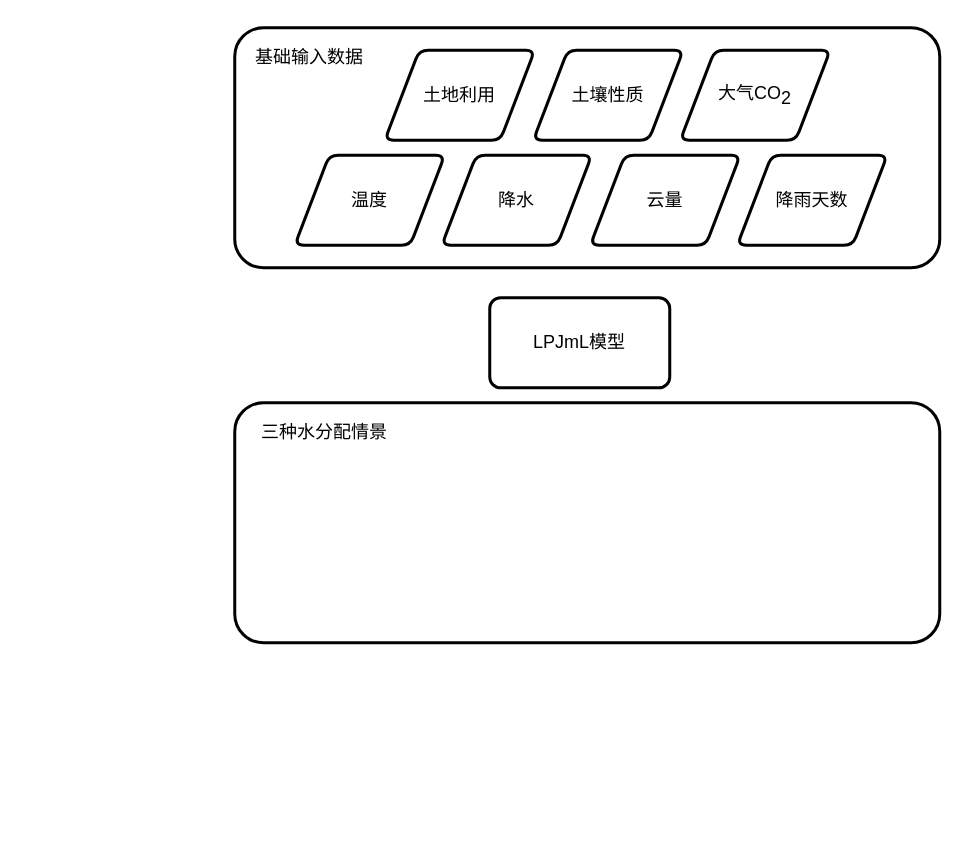
Above: 黄河可持续技术路线.drawio in THRILLERLEMON/Draw.IO (draw.io), before the change. Source tidied: cells renumbered, new cells numbered last; positions are measured from the earlier drawing's top-left corner, leaving out a move shared by most shapes. Both pictures are drawn from the tidied source at 150%, with x=0, y=0 at pixel (234, 27).
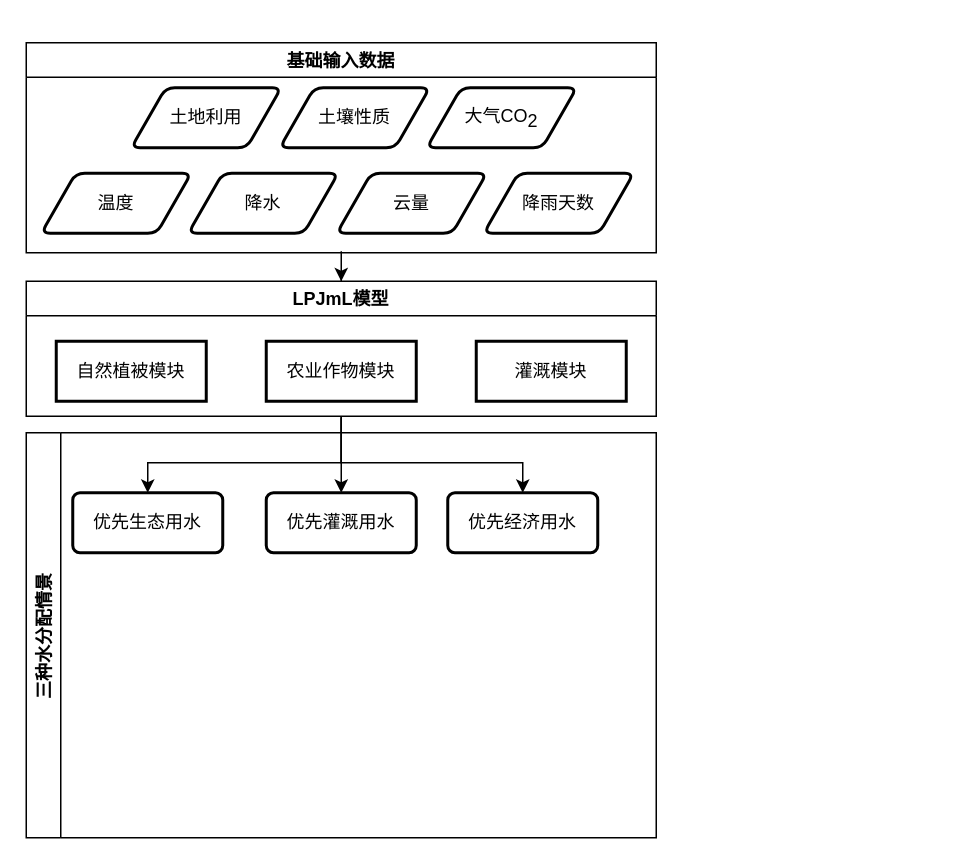
The same diagram, later.

Commit message (it also covers changes not shown here):
更新黄河可持续技术路线.drawio

What changed in the source:
```diff
@@
-    <mxCell id="2" style="rounded=1;whiteSpace=wrap;html=1;strokeWidth=2;arcSize=12;" parent="1" vertex="1">
-      <mxGeometry width="470" height="160" as="geometry" />
-    </mxCell>
+    <mxCell id="14" style="edgeStyle=orthogonalEdgeStyle;rounded=0;jettySize=auto;html=1;entryX=0.5;entryY=0;entryDx=0;entryDy=0;" parent="1" edge="1" source="10" target="11">
+      <mxGeometry relative="1" as="geometry" />
+    </mxCell>
+    <mxCell id="10" value="基础输入数据" style="swimlane;" parent="1" vertex="1">
+      <mxGeometry x="-139" y="10" width="420" height="140" as="geometry" />
+    </mxCell>
-    <mxCell id="3" value="温度" style="shape=parallelogram;html=1;strokeWidth=2;perimeter=parallelogramPerimeter;whiteSpace=wrap;rounded=1;arcSize=12;size=0.23;" parent="1" vertex="1">
-      <mxGeometry x="40" y="85" width="100" height="60" as="geometry" />
+    <mxCell id="3" value="温度" style="shape=parallelogram;html=1;strokeWidth=2;perimeter=parallelogramPerimeter;whiteSpace=wrap;rounded=1;arcSize=12;size=0.23;" parent="10" vertex="1">
+      <mxGeometry x="10" y="87" width="100" height="40" as="geometry" />
     </mxCell>
-    <mxCell id="4" value="降水" style="shape=parallelogram;html=1;strokeWidth=2;perimeter=parallelogramPerimeter;whiteSpace=wrap;rounded=1;arcSize=12;size=0.23;" parent="1" vertex="1">
-      <mxGeometry x="138" y="85" width="100" height="60" as="geometry" />
+    <mxCell id="4" value="降水" style="shape=parallelogram;html=1;strokeWidth=2;perimeter=parallelogramPerimeter;whiteSpace=wrap;rounded=1;arcSize=12;size=0.23;" parent="10" vertex="1">
+      <mxGeometry x="108" y="87" width="100" height="40" as="geometry" />
     </mxCell>
-    <mxCell id="5" value="云量" style="shape=parallelogram;html=1;strokeWidth=2;perimeter=parallelogramPerimeter;whiteSpace=wrap;rounded=1;arcSize=12;size=0.23;" parent="1" vertex="1">
-      <mxGeometry x="237" y="85" width="100" height="60" as="geometry" />
+    <mxCell id="5" value="云量" style="shape=parallelogram;html=1;strokeWidth=2;perimeter=parallelogramPerimeter;whiteSpace=wrap;rounded=1;arcSize=12;size=0.23;" parent="10" vertex="1">
+      <mxGeometry x="207" y="87" width="100" height="40" as="geometry" />
     </mxCell>
-    <mxCell id="6" value="降雨天数" style="shape=parallelogram;html=1;strokeWidth=2;perimeter=parallelogramPerimeter;whiteSpace=wrap;rounded=1;arcSize=12;size=0.23;" parent="1" vertex="1">
-      <mxGeometry x="335" y="85" width="100" height="60" as="geometry" />
+    <mxCell id="6" value="降雨天数" style="shape=parallelogram;html=1;strokeWidth=2;perimeter=parallelogramPerimeter;whiteSpace=wrap;rounded=1;arcSize=12;size=0.23;" parent="10" vertex="1">
+      <mxGeometry x="305" y="87" width="100" height="40" as="geometry" />
     </mxCell>
-    <mxCell id="7" value="土地利用" style="shape=parallelogram;html=1;strokeWidth=2;perimeter=parallelogramPerimeter;whiteSpace=wrap;rounded=1;arcSize=12;size=0.23;" parent="1" vertex="1">
-      <mxGeometry x="100" y="15" width="100" height="60" as="geometry" />
+    <mxCell id="7" value="土地利用" style="shape=parallelogram;html=1;strokeWidth=2;perimeter=parallelogramPerimeter;whiteSpace=wrap;rounded=1;arcSize=12;size=0.23;" parent="10" vertex="1">
+      <mxGeometry x="70" y="30" width="100" height="40" as="geometry" />
     </mxCell>
-    <mxCell id="8" value="土壤性质" style="shape=parallelogram;html=1;strokeWidth=2;perimeter=parallelogramPerimeter;whiteSpace=wrap;rounded=1;arcSize=12;size=0.23;" parent="1" vertex="1">
-      <mxGeometry x="199" y="15" width="100" height="60" as="geometry" />
+    <mxCell id="8" value="土壤性质" style="shape=parallelogram;html=1;strokeWidth=2;perimeter=parallelogramPerimeter;whiteSpace=wrap;rounded=1;arcSize=12;size=0.23;" parent="10" vertex="1">
+      <mxGeometry x="169" y="30" width="100" height="40" as="geometry" />
     </mxCell>
-    <mxCell id="9" value="&lt;p style=&quot;margin-top: 0pt ; margin-bottom: 0pt ; margin-left: 0in ; text-align: left ; direction: ltr ; unicode-bidi: embed ; word-break: normal&quot;&gt;&lt;span&gt;大气&lt;/span&gt;&lt;span style=&quot;font-family: &amp;#34;calibri&amp;#34;&quot;&gt;CO&lt;/span&gt;&lt;span style=&quot;font-family: &amp;#34;calibri&amp;#34; ; vertical-align: sub&quot;&gt;2&lt;/span&gt;&lt;/p&gt;" style="shape=parallelogram;html=1;strokeWidth=2;perimeter=parallelogramPerimeter;whiteSpace=wrap;rounded=1;arcSize=12;size=0.23;" parent="1" vertex="1">
-      <mxGeometry x="297" y="15" width="100" height="60" as="geometry" />
+    <mxCell id="9" value="&lt;p style=&quot;margin-top: 0pt ; margin-bottom: 0pt ; margin-left: 0in ; text-align: left ; direction: ltr ; unicode-bidi: embed ; word-break: normal&quot;&gt;&lt;span&gt;大气&lt;/span&gt;&lt;span style=&quot;font-family: &amp;#34;calibri&amp;#34;&quot;&gt;CO&lt;/span&gt;&lt;span style=&quot;font-family: &amp;#34;calibri&amp;#34; ; vertical-align: sub&quot;&gt;2&lt;/span&gt;&lt;/p&gt;" style="shape=parallelogram;html=1;strokeWidth=2;perimeter=parallelogramPerimeter;whiteSpace=wrap;rounded=1;arcSize=12;size=0.23;" parent="10" vertex="1">
+      <mxGeometry x="267" y="30" width="100" height="40" as="geometry" />
     </mxCell>
-    <mxCell id="10" value="基础输入数据" style="text;html=1;strokeColor=none;fillColor=none;align=center;verticalAlign=middle;whiteSpace=wrap;rounded=0;" parent="1" vertex="1">
-      <mxGeometry width="100" height="40" as="geometry" />
-    </mxCell>
+    <mxCell id="15" style="edgeStyle=orthogonalEdgeStyle;rounded=0;jettySize=auto;html=1;exitX=0.5;exitY=1;exitDx=0;exitDy=0;entryX=0.5;entryY=0;entryDx=0;entryDy=0;" parent="1" edge="1" source="11" target="19">
+      <mxGeometry relative="1" as="geometry">
+        <Array as="points">
+          <mxPoint x="71" y="290" />
+          <mxPoint x="-58" y="290" />
+        </Array>
+      </mxGeometry>
+    </mxCell>
-    <mxCell id="11" value="LPJmL模型" style="rounded=1;whiteSpace=wrap;html=1;strokeWidth=2;arcSize=12;" parent="1" vertex="1">
-      <mxGeometry x="170" y="180" width="120" height="60" as="geometry" />
+    <mxCell id="11" value="LPJmL模型" style="swimlane;" parent="1" vertex="1">
+      <mxGeometry x="-139" y="169" width="420" height="90" as="geometry" />
     </mxCell>
-    <mxCell id="12" style="rounded=1;whiteSpace=wrap;html=1;strokeWidth=2;arcSize=12;" parent="1" vertex="1">
-      <mxGeometry y="250" width="470" height="160" as="geometry" />
-    </mxCell>
+    <mxCell id="16" value="自然植被模块" style="rounded=0;whiteSpace=wrap;html=1;strokeWidth=2;arcSize=12;" parent="11" vertex="1">
+      <mxGeometry x="20" y="40" width="100" height="40" as="geometry" />
+    </mxCell>
+    <mxCell id="17" value="农业作物模块" style="rounded=0;whiteSpace=wrap;html=1;strokeWidth=2;arcSize=12;" parent="11" vertex="1">
+      <mxGeometry x="160" y="40" width="100" height="40" as="geometry" />
+    </mxCell>
+    <mxCell id="18" value="灌溉模块" style="rounded=0;whiteSpace=wrap;html=1;strokeWidth=2;arcSize=12;" parent="11" vertex="1">
+      <mxGeometry x="300" y="40" width="100" height="40" as="geometry" />
+    </mxCell>
-    <mxCell id="13" value="三种水分配情景" style="text;html=1;strokeColor=none;fillColor=none;align=center;verticalAlign=middle;whiteSpace=wrap;rounded=0;" parent="1" vertex="1">
-      <mxGeometry y="250" width="120" height="40" as="geometry" />
+    <mxCell id="13" value="三种水分配情景" style="swimlane;horizontal=0;" parent="1" vertex="1">
+      <mxGeometry x="-139" y="270" width="420" height="270" as="geometry" />
     </mxCell>
+    <mxCell id="19" value="优先生态用水" style="rounded=1;whiteSpace=wrap;html=1;strokeWidth=2;arcSize=12;" parent="13" vertex="1">
+      <mxGeometry x="31" y="40" width="100" height="40" as="geometry" />
+    </mxCell>
+    <mxCell id="20" value="优先灌溉用水" style="rounded=1;whiteSpace=wrap;html=1;strokeWidth=2;arcSize=12;" parent="13" vertex="1">
+      <mxGeometry x="160" y="40" width="100" height="40" as="geometry" />
+    </mxCell>
+    <mxCell id="21" value="优先经济用水" style="rounded=1;whiteSpace=wrap;html=1;strokeWidth=2;arcSize=12;" parent="13" vertex="1">
+      <mxGeometry x="281" y="40" width="100" height="40" as="geometry" />
+    </mxCell>
+    <mxCell id="22" style="edgeStyle=orthogonalEdgeStyle;rounded=0;jettySize=auto;html=1;exitX=0.5;exitY=1;exitDx=0;exitDy=0;entryX=0.5;entryY=0;entryDx=0;entryDy=0;" parent="1" edge="1" source="11" target="20">
+      <mxGeometry relative="1" as="geometry" />
+    </mxCell>
+    <mxCell id="23" style="edgeStyle=orthogonalEdgeStyle;rounded=0;jettySize=auto;html=1;entryX=0.5;entryY=0;entryDx=0;entryDy=0;" parent="1" edge="1" target="21">
+      <mxGeometry relative="1" as="geometry">
+        <mxPoint x="71" y="260" as="sourcePoint" />
+        <Array as="points">
+          <mxPoint x="71" y="290" />
+          <mxPoint x="192" y="290" />
+        </Array>
+      </mxGeometry>
+    </mxCell>
```
